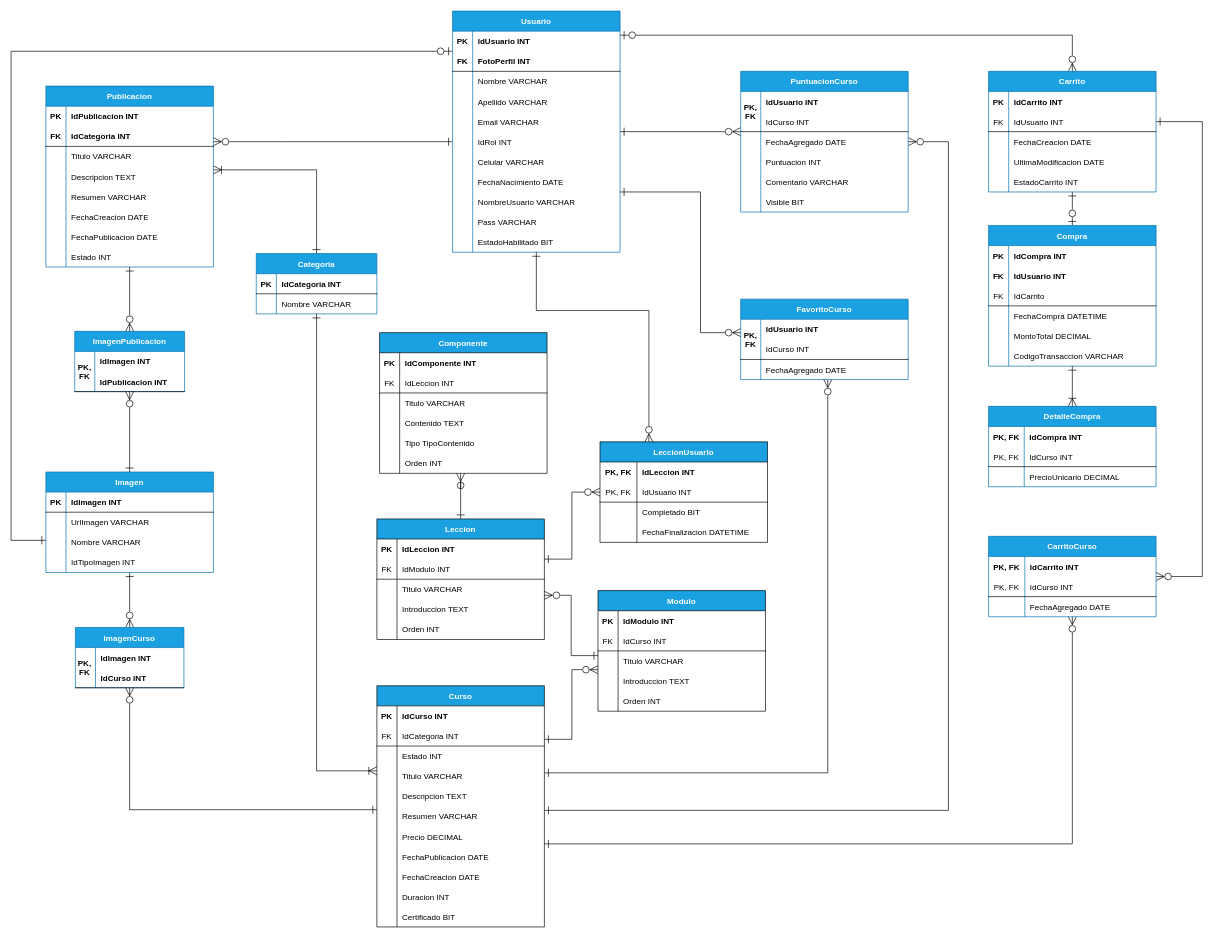
This is DER PIII.drawio from sirnas1983/UML_TPCP3, a draw.io file, before an edit. Source tidied: cells renumbered, new cells numbered last; positions are measured from the earlier drawing's top-left corner, leaving out a move shared by most shapes. Both pictures are drawn from the tidied source at 67%, with x=0, y=0 at pixel (11, 11).
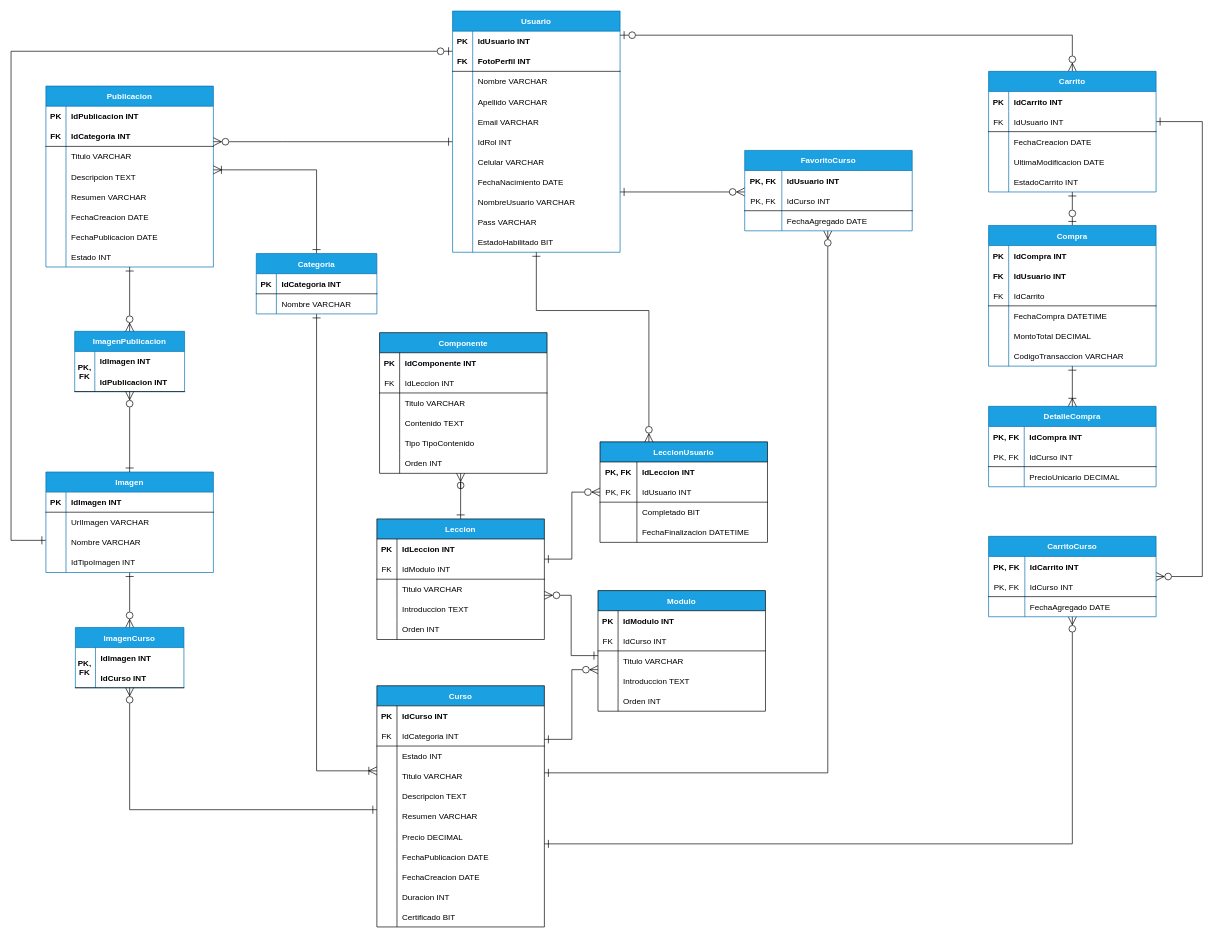
The same diagram, later.

Unchanged cells that the change refers to:
```xml
<mxCell id="44" value="Curso" style="shape=table;startSize=30;childLayout=tableLayout;rowLines=0;fontStyle=1;align=center;fillColor=#1ba1e2;fontColor=#ffffff;strokeColor=default;" parent="1" vertex="1">
  <mxGeometry x="546" y="1007" width="250" height="360" as="geometry" />
</mxCell>
<mxCell id="80" value="Usuario" style="shape=table;startSize=30;childLayout=tableLayout;rowLines=0;fontStyle=1;align=center;fillColor=#1ba1e2;fontColor=#ffffff;strokeColor=#006EAF;" parent="1" vertex="1">
  <mxGeometry x="659" width="250" height="360" as="geometry" />
</mxCell>
<mxCell id="165" style="shape=partialRectangle;fillColor=none;top=0;left=0;right=0;bottom=0;" parent="164" vertex="1">
  <mxGeometry y="30" width="250" height="30" as="geometry" />
</mxCell>
<mxCell id="168" style="shape=partialRectangle;fillColor=none;top=0;left=0;right=0;bottom=1;" parent="164" vertex="1">
  <mxGeometry y="60" width="250" height="30" as="geometry" />
</mxCell>
<mxCell id="171" style="shape=partialRectangle;fillColor=none;top=0;left=0;right=0;bottom=0;" parent="164" vertex="1">
  <mxGeometry y="90" width="250" height="30" as="geometry" />
</mxCell>
```

The edit, as a diff of the source:
```diff
@@
-    <mxCell id="79" style="edgeStyle=orthogonalEdgeStyle;rounded=0;jettySize=auto;html=1;endSize=10;startSize=10;endArrow=ERone;endFill=0;startArrow=ERzeroToMany;startFill=0;" parent="1" edge="1" source="176" target="80">
-      <mxGeometry relative="1" as="geometry">
-        <Array as="points">
-          <mxPoint x="1038" y="180" />
-          <mxPoint x="1038" y="180" />
-        </Array>
-      </mxGeometry>
-    </mxCell>
@@
     <mxCell id="162" style="edgeStyle=orthogonalEdgeStyle;rounded=0;jettySize=auto;html=1;endSize=10;startSize=10;endArrow=ERone;endFill=0;startArrow=ERzeroToMany;startFill=0;" parent="1" edge="1" source="164" target="80">
       <mxGeometry relative="1" as="geometry">
         <Array as="points">
-          <mxPoint x="1029" y="480" />
-          <mxPoint x="1029" y="270" />
+          <mxPoint x="1057" y="270" />
+          <mxPoint x="1057" y="270" />
         </Array>
       </mxGeometry>
     </mxCell>
@@
     <mxCell id="164" value="FavoritoCurso" style="shape=table;startSize=30;childLayout=tableLayout;rowLines=0;fontStyle=1;align=center;fillColor=#1ba1e2;fontColor=#ffffff;strokeColor=#006EAF;" parent="1" vertex="1">
-      <mxGeometry x="1089" y="430" width="250" height="120" as="geometry" />
+      <mxGeometry x="1095" y="208" width="250" height="120" as="geometry" />
     </mxCell>
@@
-    <mxCell id="166" style="shape=partialRectangle;overflow=hidden;fillColor=none;top=0;left=0;bottom=0;right=0;fontStyle=1;" parent="165" vertex="1">
-      <mxGeometry width="30" height="30" as="geometry" />
+    <mxCell id="166" value="PK, FK" style="shape=partialRectangle;overflow=hidden;fillColor=none;top=0;left=0;bottom=0;right=0;fontStyle=1;" parent="165" vertex="1">
+      <mxGeometry width="55.4" height="30" as="geometry" />
     </mxCell>
     <mxCell id="167" value="IdUsuario INT " style="shape=partialRectangle;overflow=hidden;fillColor=none;top=0;left=0;bottom=0;right=0;align=left;spacingLeft=6;fontStyle=1;" parent="165" vertex="1">
-      <mxGeometry x="30" width="220" height="30" as="geometry" />
+      <mxGeometry x="55.4" width="194.6" height="30" as="geometry" />
     </mxCell>
@@
-    <mxCell id="169" style="shape=partialRectangle;overflow=hidden;fillColor=none;top=0;left=0;bottom=0;right=0;" parent="168" vertex="1">
-      <mxGeometry width="30" height="30" as="geometry" />
+    <mxCell id="169" value="PK, FK" style="shape=partialRectangle;overflow=hidden;fillColor=none;top=0;left=0;bottom=0;right=0;" parent="168" vertex="1">
+      <mxGeometry width="55.4" height="30" as="geometry" />
     </mxCell>
     <mxCell id="170" value="IdCurso INT" style="shape=partialRectangle;overflow=hidden;fillColor=none;top=0;left=0;bottom=0;right=0;align=left;spacingLeft=6;" parent="168" vertex="1">
-      <mxGeometry x="30" width="220" height="30" as="geometry" />
+      <mxGeometry x="55.4" width="194.6" height="30" as="geometry" />
     </mxCell>
@@
     <mxCell id="172" style="shape=partialRectangle;overflow=hidden;fillColor=none;top=0;left=0;bottom=0;right=0;" parent="171" vertex="1">
-      <mxGeometry width="30" height="30" as="geometry" />
+      <mxGeometry width="55.4" height="30" as="geometry" />
     </mxCell>
     <mxCell id="173" value="FechaAgregado DATE" style="shape=partialRectangle;overflow=hidden;fillColor=none;top=0;left=0;bottom=0;right=0;align=left;spacingLeft=6;" parent="171" vertex="1">
-      <mxGeometry x="30" width="220" height="30" as="geometry" />
+      <mxGeometry x="55.4" width="194.6" height="30" as="geometry" />
     </mxCell>
-    <mxCell id="174" value="PK, &#10;FK" style="shape=partialRectangle;overflow=hidden;fillColor=none;top=0;left=0;bottom=0;right=0;fontStyle=1;" parent="1" vertex="1">
-      <mxGeometry x="1089" y="120" width="30" height="60" as="geometry" />
-    </mxCell>
-    <mxCell id="175" style="edgeStyle=orthogonalEdgeStyle;rounded=0;jettySize=auto;html=1;endSize=10;startSize=10;endArrow=ERone;endFill=0;startArrow=ERzeroToMany;startFill=0;" parent="1" edge="1" source="176" target="44">
-      <mxGeometry relative="1" as="geometry">
-        <Array as="points">
-          <mxPoint x="1399" y="195" />
-          <mxPoint x="1399" y="1193" />
-        </Array>
-      </mxGeometry>
-    </mxCell>
-    <mxCell id="176" value="PuntuacionCurso" style="shape=table;startSize=30;childLayout=tableLayout;rowLines=0;fontStyle=1;align=center;fillColor=#1ba1e2;fontColor=#ffffff;strokeColor=#006EAF;" parent="1" vertex="1">
-      <mxGeometry x="1089" y="90" width="250" height="210" as="geometry" />
-    </mxCell>
-    <mxCell id="177" style="shape=partialRectangle;fillColor=none;top=0;left=0;right=0;bottom=0;" parent="176" vertex="1">
-      <mxGeometry y="30" width="250" height="30" as="geometry" />
-    </mxCell>
-    <mxCell id="178" style="shape=partialRectangle;overflow=hidden;fillColor=none;top=0;left=0;bottom=0;right=0;fontStyle=1;" parent="177" vertex="1">
-      <mxGeometry width="30" height="30" as="geometry" />
-    </mxCell>
-    <mxCell id="179" value="IdUsuario INT " style="shape=partialRectangle;overflow=hidden;fillColor=none;top=0;left=0;bottom=0;right=0;align=left;spacingLeft=6;fontStyle=1;" parent="177" vertex="1">
-      <mxGeometry x="30" width="220" height="30" as="geometry" />
-    </mxCell>
-    <mxCell id="180" style="shape=partialRectangle;fillColor=none;top=0;left=0;right=0;bottom=1;" parent="176" vertex="1">
-      <mxGeometry y="60" width="250" height="30" as="geometry" />
-    </mxCell>
-    <mxCell id="181" style="shape=partialRectangle;overflow=hidden;fillColor=none;top=0;left=0;bottom=0;right=0;" parent="180" vertex="1">
-      <mxGeometry width="30" height="30" as="geometry" />
-    </mxCell>
-    <mxCell id="182" value="IdCurso INT" style="shape=partialRectangle;overflow=hidden;fillColor=none;top=0;left=0;bottom=0;right=0;align=left;spacingLeft=6;" parent="180" vertex="1">
-      <mxGeometry x="30" width="220" height="30" as="geometry" />
-    </mxCell>
-    <mxCell id="183" style="shape=partialRectangle;fillColor=none;top=0;left=0;right=0;bottom=0;" parent="176" vertex="1">
-      <mxGeometry y="90" width="250" height="30" as="geometry" />
-    </mxCell>
-    <mxCell id="184" style="shape=partialRectangle;overflow=hidden;fillColor=none;top=0;left=0;bottom=0;right=0;" parent="183" vertex="1">
-      <mxGeometry width="30" height="30" as="geometry" />
-    </mxCell>
-    <mxCell id="185" value="FechaAgregado DATE" style="shape=partialRectangle;overflow=hidden;fillColor=none;top=0;left=0;bottom=0;right=0;align=left;spacingLeft=6;" parent="183" vertex="1">
-      <mxGeometry x="30" width="220" height="30" as="geometry" />
-    </mxCell>
-    <mxCell id="186" style="shape=partialRectangle;fillColor=none;top=0;left=0;right=0;bottom=0;" parent="176" vertex="1">
-      <mxGeometry y="120" width="250" height="30" as="geometry" />
-    </mxCell>
-    <mxCell id="187" style="shape=partialRectangle;overflow=hidden;fillColor=none;top=0;left=0;bottom=0;right=0;" parent="186" vertex="1">
-      <mxGeometry width="30" height="30" as="geometry" />
-    </mxCell>
-    <mxCell id="188" value="Puntuacion INT" style="shape=partialRectangle;overflow=hidden;fillColor=none;top=0;left=0;bottom=0;right=0;align=left;spacingLeft=6;" parent="186" vertex="1">
-      <mxGeometry x="30" width="220" height="30" as="geometry" />
-    </mxCell>
-    <mxCell id="189" style="shape=partialRectangle;fillColor=none;top=0;left=0;right=0;bottom=0;" parent="176" vertex="1">
-      <mxGeometry y="150" width="250" height="30" as="geometry" />
-    </mxCell>
-    <mxCell id="190" style="shape=partialRectangle;overflow=hidden;fillColor=none;top=0;left=0;bottom=0;right=0;" parent="189" vertex="1">
-      <mxGeometry width="30" height="30" as="geometry" />
-    </mxCell>
-    <mxCell id="191" value="Comentario VARCHAR" style="shape=partialRectangle;overflow=hidden;fillColor=none;top=0;left=0;bottom=0;right=0;align=left;spacingLeft=6;" parent="189" vertex="1">
-      <mxGeometry x="30" width="220" height="30" as="geometry" />
-    </mxCell>
-    <mxCell id="192" style="shape=partialRectangle;fillColor=none;top=0;left=0;right=0;bottom=0;" parent="176" vertex="1">
-      <mxGeometry y="180" width="250" height="30" as="geometry" />
-    </mxCell>
-    <mxCell id="193" style="shape=partialRectangle;overflow=hidden;fillColor=none;top=0;left=0;bottom=0;right=0;" parent="192" vertex="1">
-      <mxGeometry width="30" height="30" as="geometry" />
-    </mxCell>
-    <mxCell id="194" value="Visible BIT" style="shape=partialRectangle;overflow=hidden;fillColor=none;top=0;left=0;bottom=0;right=0;align=left;spacingLeft=6;" parent="192" vertex="1">
-      <mxGeometry x="30" width="220" height="30" as="geometry" />
-    </mxCell>
-    <mxCell id="195" value="PK, &#10;FK" style="shape=partialRectangle;overflow=hidden;fillColor=none;top=0;left=0;bottom=0;right=0;fontStyle=1;" parent="1" vertex="1">
-      <mxGeometry x="1089" y="460" width="30" height="60" as="geometry" />
-    </mxCell>
```
